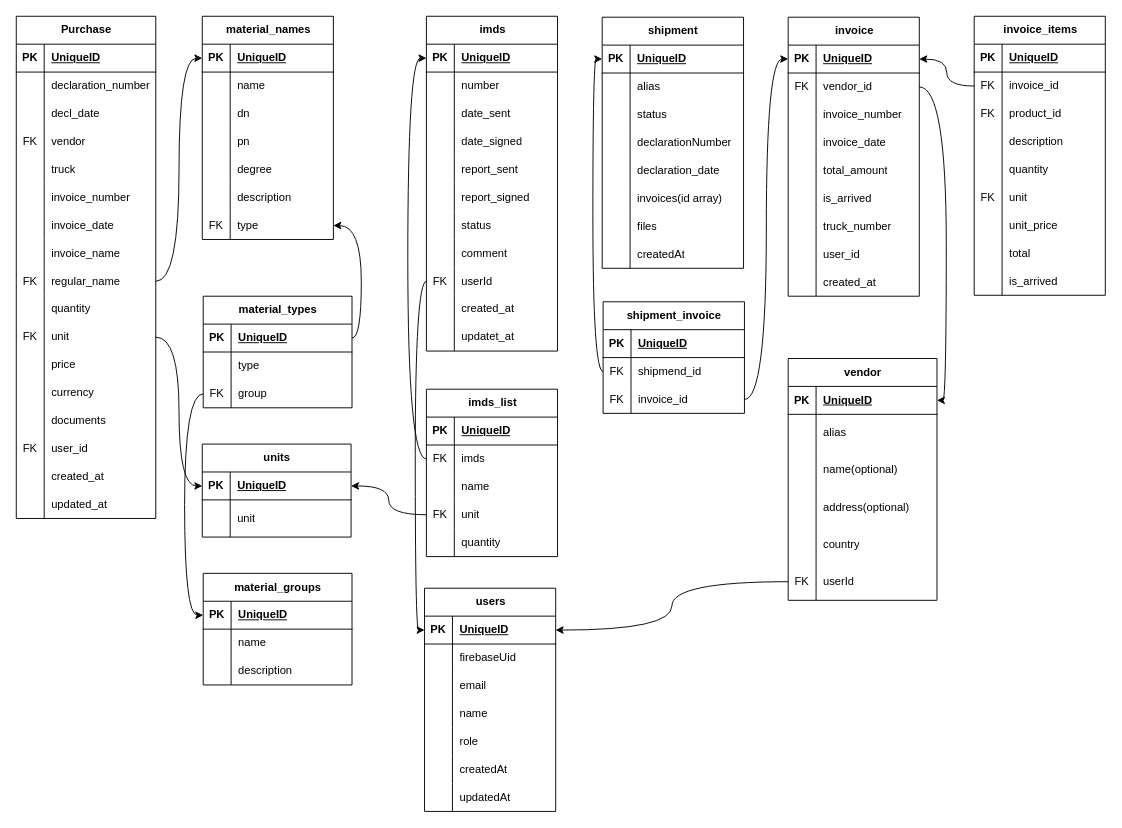
Above: diagrams/awa.drawio in gogicha007/project_AWA (draw.io), before the change. Source tidied: cells renumbered, new cells numbered last; positions are measured from the earlier drawing's top-left corner, leaving out a move shared by most shapes. Both pictures are drawn from the tidied source at 93%, with x=0, y=0 at pixel (16, 16).
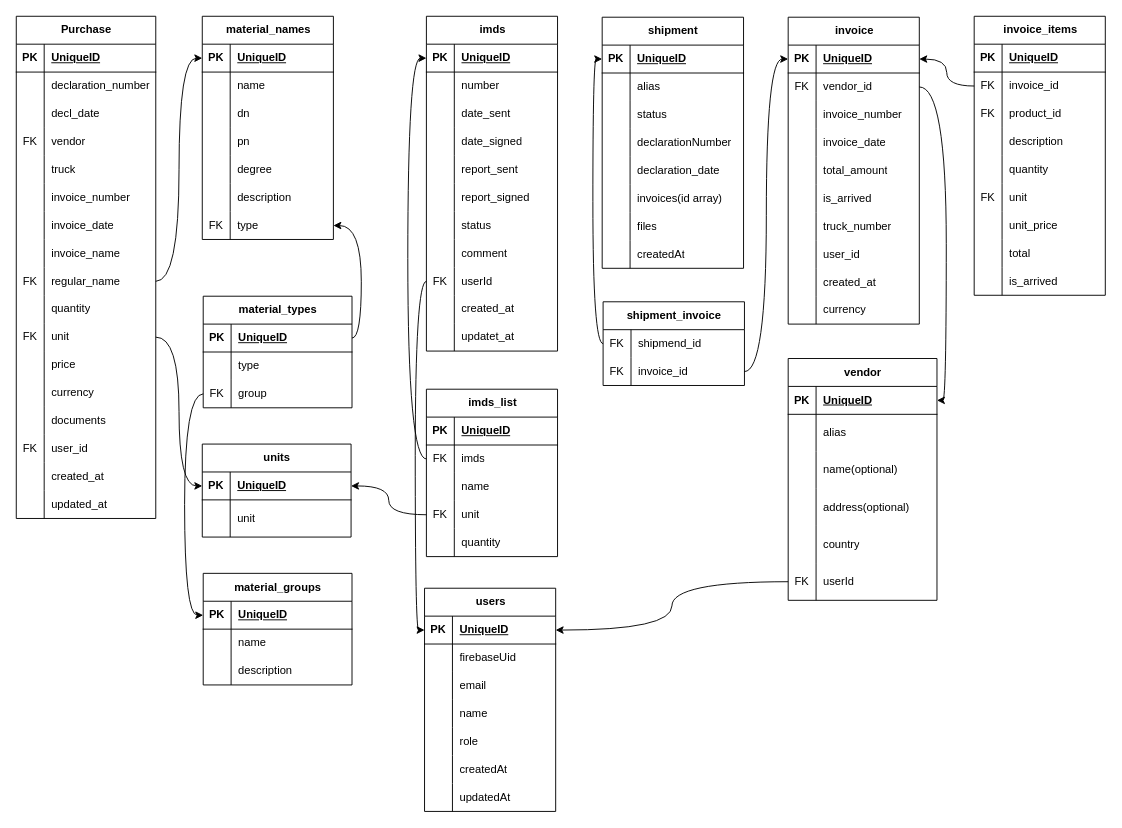
The same diagram, later.

Change to the diagram source:
```diff
@@
     <mxCell id="225" value="invoice" style="shape=table;startSize=30;childLayout=tableLayout;rowLines=0;fontStyle=1;align=center;html=1;" parent="1" vertex="1">
-      <mxGeometry x="830" y="1" width="141" height="300" as="geometry" />
+      <mxGeometry x="830" y="1" width="141" height="330" as="geometry" />
     </mxCell>
@@
+    <mxCell id="297" style="shape=tableRow;horizontal=0;startSize=0;swimlaneHead=0;swimlaneBody=0;fillColor=none;top=0;left=0;right=0;bottom=0;" parent="225" vertex="1">
+      <mxGeometry y="300" width="141" height="30" as="geometry" />
+    </mxCell>
+    <mxCell id="298" style="shape=partialRectangle;fillColor=none;top=0;left=0;bottom=0;right=0;overflow=hidden;whiteSpace=wrap;html=1;" parent="297" vertex="1">
+      <mxGeometry width="30" height="30" as="geometry" />
+    </mxCell>
+    <mxCell id="299" value="currency" style="shape=partialRectangle;fillColor=none;top=0;left=0;bottom=0;right=0;align=left;spacingLeft=6;overflow=hidden;whiteSpace=wrap;html=1;" parent="297" vertex="1">
+      <mxGeometry x="30" width="111" height="30" as="geometry" />
+    </mxCell>
@@
     <mxCell id="281" value="shipment_invoice" style="shape=table;startSize=30;childLayout=tableLayout;rowLines=0;fontStyle=1;align=center;html=1;" parent="1" vertex="1">
-      <mxGeometry x="631" y="307" width="152" height="120" as="geometry" />
+      <mxGeometry x="631" y="307" width="152" height="90" as="geometry" />
     </mxCell>
-    <mxCell id="282" style="shape=tableRow;horizontal=0;startSize=0;swimlaneHead=0;swimlaneBody=0;fillColor=none;top=0;left=0;right=0;bottom=1;" parent="281" vertex="1">
-      <mxGeometry y="30" width="152" height="30" as="geometry" />
-    </mxCell>
-    <mxCell id="283" value="PK" style="shape=partialRectangle;fillColor=none;top=0;left=0;bottom=0;right=0;fontStyle=1;overflow=hidden;whiteSpace=wrap;html=1;" parent="282" vertex="1">
-      <mxGeometry width="30" height="30" as="geometry" />
-    </mxCell>
-    <mxCell id="284" value="UniqueID" style="shape=partialRectangle;fillColor=none;top=0;left=0;bottom=0;right=0;align=left;spacingLeft=6;fontStyle=5;overflow=hidden;whiteSpace=wrap;html=1;" parent="282" vertex="1">
-      <mxGeometry x="30" width="122" height="30" as="geometry" />
-    </mxCell>
     <mxCell id="285" style="shape=tableRow;horizontal=0;startSize=0;swimlaneHead=0;swimlaneBody=0;fillColor=none;points=[[0,0.5],[1,0.5]];portConstraint=eastwest;top=0;left=0;right=0;bottom=0;" parent="281" vertex="1">
-      <mxGeometry y="60" width="152" height="30" as="geometry" />
+      <mxGeometry y="30" width="152" height="30" as="geometry" />
     </mxCell>
@@
     <mxCell id="288" style="shape=tableRow;horizontal=0;startSize=0;swimlaneHead=0;swimlaneBody=0;fillColor=none;points=[[0,0.5],[1,0.5]];portConstraint=eastwest;top=0;left=0;right=0;bottom=0;" parent="281" vertex="1">
-      <mxGeometry y="90" width="152" height="30" as="geometry" />
+      <mxGeometry y="60" width="152" height="30" as="geometry" />
     </mxCell>
```
